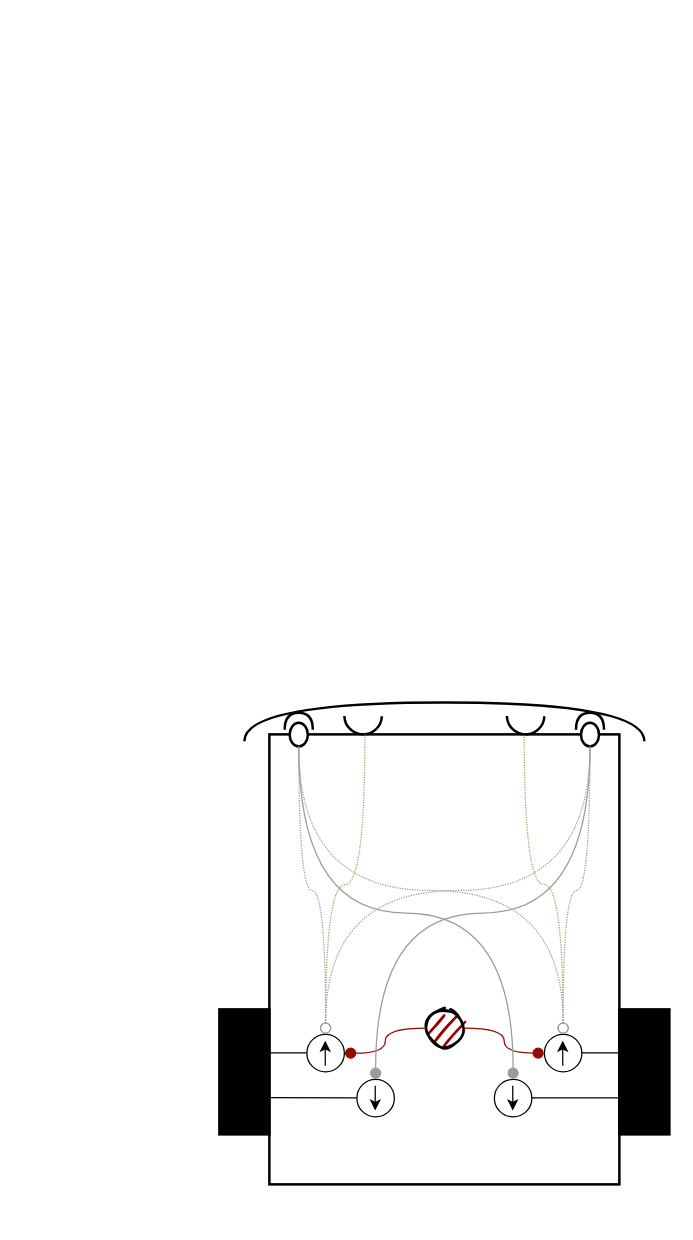
Before: page "MotorExpansion" (3 of 3) of docs/media/src/Braitenbergs.drawio in fchampalimaud/cf.lbp, a draw.io diagram. Source tidied: cells renumbered, new cells numbered last; positions are measured from the earlier drawing's top-left corner, leaving out a move shared by most shapes. Both pictures are drawn from the tidied source at 125%, with x=0, y=0 at pixel (219, 521).
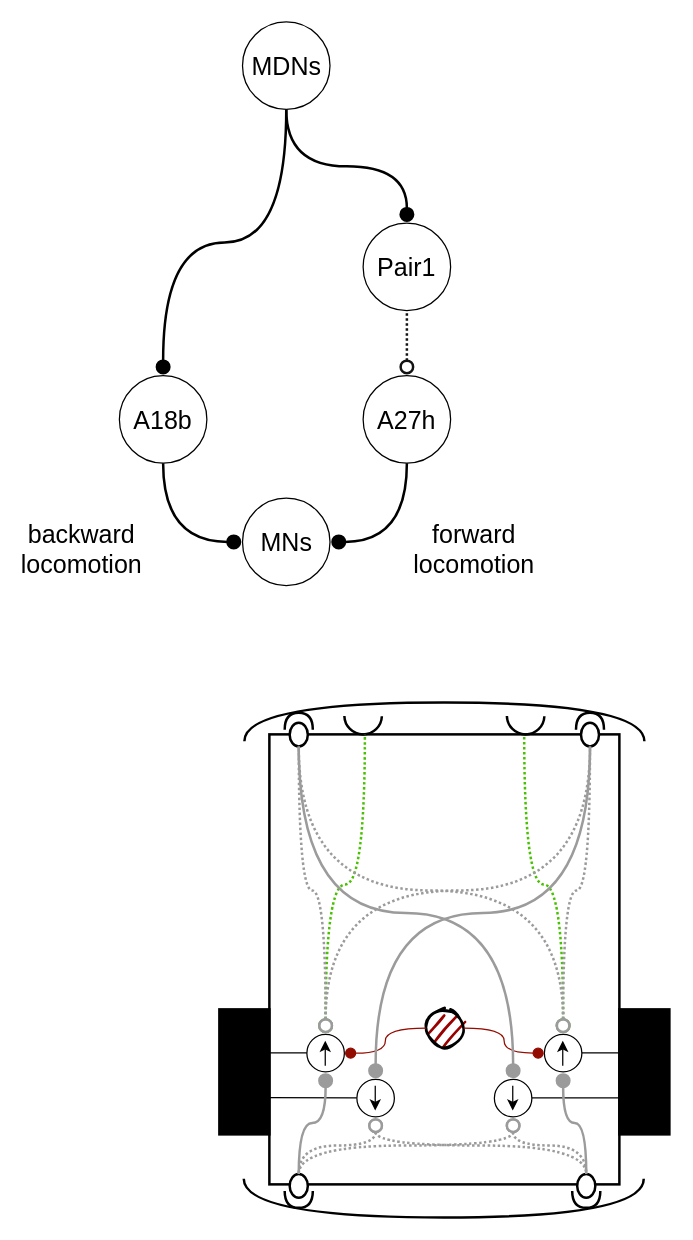
Above is the later version.

The change refers to these unchanged cells:
```xml
<mxCell id="9" style="strokeWidth=1;html=1;shape=mxgraph.flowchart.start_2;whiteSpace=wrap;" parent="8" vertex="1">
  <mxGeometry width="30" height="30" as="geometry" />
</mxCell>
<mxCell id="12" style="strokeWidth=1;html=1;shape=mxgraph.flowchart.start_2;whiteSpace=wrap;" parent="11" vertex="1">
  <mxGeometry width="30" height="30" as="geometry" />
</mxCell>
<mxCell id="15" style="verticalLabelPosition=bottom;verticalAlign=top;html=1;shape=mxgraph.basic.arc;startAngle=0.2554859278080055;endAngle=0.7468173254495136;strokeWidth=2;" parent="1" vertex="1">
  <mxGeometry x="230" y="140" width="30" height="30" as="geometry" />
</mxCell>
<mxCell id="16" style="verticalLabelPosition=bottom;verticalAlign=top;html=1;shape=mxgraph.basic.arc;startAngle=0.2554859278080055;endAngle=0.7468173254495136;strokeWidth=2;" parent="1" vertex="1">
  <mxGeometry x="100" y="140" width="30" height="30" as="geometry" />
</mxCell>
<mxCell id="27" style="strokeWidth=1;html=1;shape=mxgraph.flowchart.start_2;whiteSpace=wrap;" parent="26" vertex="1">
  <mxGeometry width="30" height="30" as="geometry" />
</mxCell>
<mxCell id="29" style="shape=providedRequiredInterface;html=1;verticalLabelPosition=bottom;sketch=0;strokeWidth=2;rotation=-90;strokeColor=#000000;" parent="24" vertex="1">
  <mxGeometry x="283" y="155" width="27" height="22.4" as="geometry" />
</mxCell>
<mxCell id="30" style="shape=providedRequiredInterface;html=1;verticalLabelPosition=bottom;sketch=0;strokeWidth=2;rotation=-90;strokeColor=#000000;" parent="24" vertex="1">
  <mxGeometry x="50" y="155" width="27" height="22.5" as="geometry" />
</mxCell>
<mxCell id="39" style="strokeWidth=1;html=1;shape=mxgraph.flowchart.start_2;whiteSpace=wrap;" parent="38" vertex="1">
  <mxGeometry width="30" height="30" as="geometry" />
</mxCell>
```

Diff of the diagram source:
```diff
@@
-    <mxCell id="22" style="edgeStyle=orthogonalEdgeStyle;jettySize=auto;html=1;rounded=0;curved=1;endArrow=none;endFill=0;strokeWidth=1;startSize=3;startArrow=circle;startFill=1;entryX=0.462;entryY=1.014;entryDx=0;entryDy=0;entryPerimeter=0;startFillColor=#FFFFFF;exitX=0.5;exitY=0;exitDx=0;exitDy=0;exitPerimeter=0;strokeColor=#82b366;dashed=1;dashPattern=1 1;fillColor=#d5e8d4;" parent="1" edge="1" source="9" target="15">
+    <mxCell id="22" style="edgeStyle=orthogonalEdgeStyle;jettySize=auto;html=1;rounded=0;curved=1;endArrow=none;endFill=0;strokeWidth=2;startSize=3;startArrow=circle;startFill=1;entryX=0.462;entryY=1.014;entryDx=0;entryDy=0;entryPerimeter=0;startFillColor=#FFFFFF;exitX=0.5;exitY=0;exitDx=0;exitDy=0;exitPerimeter=0;strokeColor=light-dark(#48C100,#446E2C);dashed=1;dashPattern=1 1;fillColor=#d5e8d4;" parent="1" edge="1" source="9" target="15">
       <mxGeometry relative="1" as="geometry" />
     </mxCell>
-    <mxCell id="23" style="edgeStyle=orthogonalEdgeStyle;jettySize=auto;html=1;rounded=0;curved=1;endArrow=none;endFill=0;strokeWidth=1;startSize=3;startArrow=circle;startFill=1;entryX=0.547;entryY=0.995;entryDx=0;entryDy=0;entryPerimeter=0;startFillColor=#FFFFFF;exitX=0.5;exitY=0;exitDx=0;exitDy=0;exitPerimeter=0;strokeColor=#82b366;dashed=1;dashPattern=1 1;fillColor=#d5e8d4;" parent="1" edge="1" source="12" target="16">
+    <mxCell id="23" style="edgeStyle=orthogonalEdgeStyle;jettySize=auto;html=1;rounded=0;curved=1;endArrow=none;endFill=0;strokeWidth=2;startSize=3;startArrow=circle;startFill=1;entryX=0.547;entryY=0.995;entryDx=0;entryDy=0;entryPerimeter=0;startFillColor=#FFFFFF;exitX=0.5;exitY=0;exitDx=0;exitDy=0;exitPerimeter=0;strokeColor=light-dark(#48C100,#446E2C);dashed=1;dashPattern=1 1;fillColor=#d5e8d4;" parent="1" edge="1" source="12" target="16">
       <mxGeometry relative="1" as="geometry" />
     </mxCell>
@@
-    <mxCell id="31" style="edgeStyle=orthogonalEdgeStyle;jettySize=auto;html=1;rounded=0;curved=1;endArrow=none;endFill=0;strokeWidth=1;startSize=3;startArrow=circle;startFill=1;entryX=0;entryY=0.5;entryDx=0;entryDy=0;entryPerimeter=0;exitX=0.5;exitY=0;exitDx=0;exitDy=0;exitPerimeter=0;strokeColor=#9B9B9B;" parent="24" edge="1" source="27" target="30">
+    <mxCell id="31" style="edgeStyle=orthogonalEdgeStyle;jettySize=auto;html=1;rounded=0;curved=1;endArrow=none;endFill=0;strokeWidth=2;startSize=3;startArrow=circle;startFill=1;entryX=0;entryY=0.5;entryDx=0;entryDy=0;entryPerimeter=0;exitX=0.5;exitY=0;exitDx=0;exitDy=0;exitPerimeter=0;strokeColor=#9B9B9B;" parent="24" edge="1" source="27" target="30">
       <mxGeometry relative="1" as="geometry" />
     </mxCell>
-    <mxCell id="32" style="edgeStyle=orthogonalEdgeStyle;jettySize=auto;html=1;rounded=0;curved=1;endArrow=none;endFill=0;strokeWidth=1;startSize=3;startArrow=circle;startFill=1;entryX=0;entryY=0.5;entryDx=0;entryDy=0;entryPerimeter=0;strokeColor=#9B9B9B;exitX=0.5;exitY=0;exitDx=0;exitDy=0;exitPerimeter=0;" parent="24" edge="1" source="39" target="29">
+    <mxCell id="32" style="edgeStyle=orthogonalEdgeStyle;jettySize=auto;html=1;rounded=0;curved=1;endArrow=none;endFill=0;strokeWidth=2;startSize=3;startArrow=circle;startFill=1;entryX=0;entryY=0.5;entryDx=0;entryDy=0;entryPerimeter=0;strokeColor=#9B9B9B;exitX=0.5;exitY=0;exitDx=0;exitDy=0;exitPerimeter=0;" parent="24" edge="1" source="39" target="29">
       <mxGeometry relative="1" as="geometry" />
     </mxCell>
-    <mxCell id="33" style="edgeStyle=orthogonalEdgeStyle;jettySize=auto;html=1;rounded=0;curved=1;endArrow=none;endFill=0;strokeWidth=1;startSize=3;startArrow=circle;startFill=1;entryX=0;entryY=0.5;entryDx=0;entryDy=0;entryPerimeter=0;exitX=0.5;exitY=0;exitDx=0;exitDy=0;exitPerimeter=0;startFillColor=#FFFFFF;strokeColor=#9B9B9B;dashed=1;dashPattern=1 1;" parent="24" edge="1" source="12" target="30">
+    <mxCell id="33" style="edgeStyle=orthogonalEdgeStyle;jettySize=auto;html=1;rounded=0;curved=1;endArrow=none;endFill=0;strokeWidth=2;startSize=3;startArrow=circle;startFill=1;entryX=0;entryY=0.5;entryDx=0;entryDy=0;entryPerimeter=0;exitX=0.5;exitY=0;exitDx=0;exitDy=0;exitPerimeter=0;startFillColor=#FFFFFF;strokeColor=#9B9B9B;dashed=1;dashPattern=1 1;" parent="24" edge="1" source="12" target="30">
       <mxGeometry relative="1" as="geometry" />
     </mxCell>
-    <mxCell id="34" style="edgeStyle=orthogonalEdgeStyle;jettySize=auto;html=1;rounded=0;curved=1;endArrow=none;endFill=0;strokeWidth=1;startSize=3;startArrow=circle;startFill=1;entryX=0;entryY=0.5;entryDx=0;entryDy=0;entryPerimeter=0;exitX=0.5;exitY=0;exitDx=0;exitDy=0;exitPerimeter=0;startFillColor=#FFFFFF;strokeColor=#9B9B9B;dashed=1;dashPattern=1 1;" parent="24" edge="1" source="12" target="29">
+    <mxCell id="34" style="edgeStyle=orthogonalEdgeStyle;jettySize=auto;html=1;rounded=0;curved=1;endArrow=none;endFill=0;strokeWidth=2;startSize=3;startArrow=circle;startFill=1;entryX=0;entryY=0.5;entryDx=0;entryDy=0;entryPerimeter=0;exitX=0.5;exitY=0;exitDx=0;exitDy=0;exitPerimeter=0;startFillColor=#FFFFFF;strokeColor=#9B9B9B;dashed=1;dashPattern=1 1;" parent="24" edge="1" source="12" target="29">
       <mxGeometry relative="1" as="geometry" />
     </mxCell>
-    <mxCell id="35" style="edgeStyle=orthogonalEdgeStyle;jettySize=auto;html=1;rounded=0;curved=1;endArrow=none;endFill=0;strokeWidth=1;startSize=3;startArrow=circle;startFill=1;entryX=0;entryY=0.5;entryDx=0;entryDy=0;entryPerimeter=0;startFillColor=#FFFFFF;exitX=0.5;exitY=0;exitDx=0;exitDy=0;exitPerimeter=0;strokeColor=#9B9B9B;dashed=1;dashPattern=1 1;" parent="24" edge="1" source="9" target="30">
+    <mxCell id="35" style="edgeStyle=orthogonalEdgeStyle;jettySize=auto;html=1;rounded=0;curved=1;endArrow=none;endFill=0;strokeWidth=2;startSize=3;startArrow=circle;startFill=1;entryX=0;entryY=0.5;entryDx=0;entryDy=0;entryPerimeter=0;startFillColor=#FFFFFF;exitX=0.5;exitY=0;exitDx=0;exitDy=0;exitPerimeter=0;strokeColor=#9B9B9B;dashed=1;dashPattern=1 1;" parent="24" edge="1" source="9" target="30">
       <mxGeometry relative="1" as="geometry" />
     </mxCell>
@@
-    <mxCell id="41" style="edgeStyle=orthogonalEdgeStyle;jettySize=auto;html=1;rounded=0;curved=1;endArrow=none;endFill=0;strokeWidth=1;startSize=3;startArrow=circle;startFill=1;entryX=0;entryY=0.5;entryDx=0;entryDy=0;entryPerimeter=0;exitX=0.5;exitY=0;exitDx=0;exitDy=0;exitPerimeter=0;startFillColor=#FFFFFF;strokeColor=#9B9B9B;dashed=1;dashPattern=1 1;" parent="24" edge="1" source="9" target="29">
+    <mxCell id="41" style="edgeStyle=orthogonalEdgeStyle;jettySize=auto;html=1;rounded=0;curved=1;endArrow=none;endFill=0;strokeWidth=2;startSize=3;startArrow=circle;startFill=1;entryX=0;entryY=0.5;entryDx=0;entryDy=0;entryPerimeter=0;exitX=0.5;exitY=0;exitDx=0;exitDy=0;exitPerimeter=0;startFillColor=#FFFFFF;strokeColor=#9B9B9B;dashed=1;dashPattern=1 1;" parent="24" edge="1" source="9" target="29">
       <mxGeometry relative="1" as="geometry" />
     </mxCell>
+    <mxCell id="42" parent="0" />
+    <mxCell id="43" style="shape=providedRequiredInterface;html=1;verticalLabelPosition=bottom;sketch=0;strokeWidth=2;rotation=90;strokeColor=#000000;" parent="42" vertex="1">
+      <mxGeometry x="50" y="524" width="27" height="22.5" as="geometry" />
+    </mxCell>
+    <mxCell id="44" style="shape=providedRequiredInterface;html=1;verticalLabelPosition=bottom;sketch=0;strokeWidth=2;rotation=90;strokeColor=#000000;" parent="42" vertex="1">
+      <mxGeometry x="280" y="524" width="27" height="22.5" as="geometry" />
+    </mxCell>
+    <mxCell id="45" style="shape=requiredInterface;html=1;verticalLabelPosition=bottom;sketch=0;rotation=90;strokeWidth=2;strokeColor=#000000;" parent="42" vertex="1">
+      <mxGeometry x="164" y="381" width="31" height="320" as="geometry" />
+    </mxCell>
+    <mxCell id="46" style="edgeStyle=orthogonalEdgeStyle;jettySize=auto;html=1;rounded=0;curved=1;endArrow=none;endFill=0;strokeWidth=2;startSize=3;startArrow=circle;startFill=1;entryX=0;entryY=0.5;entryDx=0;entryDy=0;entryPerimeter=0;strokeColor=#9B9B9B;exitX=0.5;exitY=1;exitDx=0;exitDy=0;exitPerimeter=0;" parent="42" edge="1" source="9" target="44">
+      <mxGeometry relative="1" as="geometry" />
+    </mxCell>
+    <mxCell id="47" style="edgeStyle=orthogonalEdgeStyle;jettySize=auto;html=1;rounded=0;curved=1;endArrow=none;endFill=0;strokeWidth=2;startSize=3;startArrow=circle;startFill=1;entryX=0;entryY=0.5;entryDx=0;entryDy=0;entryPerimeter=0;strokeColor=#9B9B9B;exitX=0.5;exitY=1;exitDx=0;exitDy=0;exitPerimeter=0;" parent="42" edge="1" source="12" target="43">
+      <mxGeometry relative="1" as="geometry" />
+    </mxCell>
+    <mxCell id="48" style="edgeStyle=orthogonalEdgeStyle;jettySize=auto;html=1;rounded=0;curved=1;endArrow=none;endFill=0;strokeWidth=2;startSize=3;startArrow=circle;startFill=1;entryX=0;entryY=0.5;entryDx=0;entryDy=0;entryPerimeter=0;startFillColor=#FFFFFF;exitX=0.5;exitY=1;exitDx=0;exitDy=0;exitPerimeter=0;strokeColor=#9B9B9B;dashed=1;dashPattern=1 1;" parent="42" edge="1" source="39" target="43">
+      <mxGeometry relative="1" as="geometry" />
+    </mxCell>
+    <mxCell id="49" style="edgeStyle=orthogonalEdgeStyle;jettySize=auto;html=1;rounded=0;curved=1;endArrow=none;endFill=0;strokeWidth=2;startSize=3;startArrow=circle;startFill=1;entryX=0;entryY=0.5;entryDx=0;entryDy=0;entryPerimeter=0;startFillColor=#FFFFFF;exitX=0.5;exitY=1;exitDx=0;exitDy=0;exitPerimeter=0;strokeColor=#9B9B9B;dashed=1;dashPattern=1 1;" parent="42" edge="1" source="27" target="43">
+      <mxGeometry relative="1" as="geometry" />
+    </mxCell>
+    <mxCell id="50" style="edgeStyle=orthogonalEdgeStyle;jettySize=auto;html=1;rounded=0;curved=1;endArrow=none;endFill=0;strokeWidth=2;startSize=3;startArrow=circle;startFill=1;startFillColor=#FFFFFF;exitX=0.5;exitY=1;exitDx=0;exitDy=0;exitPerimeter=0;strokeColor=#9B9B9B;dashed=1;dashPattern=1 1;entryX=0;entryY=0.5;entryDx=0;entryDy=0;entryPerimeter=0;" parent="42" edge="1" source="39" target="44">
+      <mxGeometry relative="1" as="geometry" />
+    </mxCell>
+    <mxCell id="51" style="edgeStyle=orthogonalEdgeStyle;jettySize=auto;html=1;rounded=0;curved=1;endArrow=none;endFill=0;strokeWidth=2;startSize=3;startArrow=circle;startFill=1;startFillColor=#FFFFFF;exitX=0.5;exitY=1;exitDx=0;exitDy=0;exitPerimeter=0;strokeColor=#9B9B9B;dashed=1;dashPattern=1 1;entryX=0;entryY=0.5;entryDx=0;entryDy=0;entryPerimeter=0;" parent="42" edge="1" source="27" target="44">
+      <mxGeometry relative="1" as="geometry" />
+    </mxCell>
+    <mxCell id="52" parent="0" />
+    <mxCell id="53" value="&lt;font style=&quot;font-size: 20px;&quot;&gt;MDNs&lt;/font&gt;" style="ellipse;whiteSpace=wrap;html=1;" parent="52" vertex="1">
+      <mxGeometry x="18.5" y="-400" width="70" height="70" as="geometry" />
+    </mxCell>
+    <mxCell id="54" value="&lt;font style=&quot;font-size: 20px;&quot;&gt;A18b&lt;/font&gt;" style="ellipse;whiteSpace=wrap;html=1;" parent="52" vertex="1">
+      <mxGeometry x="-80" y="-117" width="70" height="70" as="geometry" />
+    </mxCell>
+    <mxCell id="55" value="&lt;font style=&quot;font-size: 20px;&quot;&gt;A27h&lt;/font&gt;" style="ellipse;whiteSpace=wrap;html=1;" parent="52" vertex="1">
+      <mxGeometry x="115" y="-117" width="70" height="70" as="geometry" />
+    </mxCell>
+    <mxCell id="56" value="&lt;font style=&quot;font-size: 20px;&quot;&gt;Pair1&lt;/font&gt;" style="ellipse;whiteSpace=wrap;html=1;" parent="52" vertex="1">
+      <mxGeometry x="115" y="-239" width="70" height="70" as="geometry" />
+    </mxCell>
+    <mxCell id="57" value="&lt;font style=&quot;font-size: 20px;&quot;&gt;MNs&lt;/font&gt;" style="ellipse;whiteSpace=wrap;html=1;" parent="52" vertex="1">
+      <mxGeometry x="18.5" y="-19" width="70" height="70" as="geometry" />
+    </mxCell>
+    <mxCell id="58" style="edgeStyle=orthogonalEdgeStyle;jettySize=auto;html=1;rounded=0;curved=1;endArrow=none;endFill=0;strokeWidth=2;startSize=3;startArrow=circle;startFill=1;entryX=0.5;entryY=1;entryDx=0;entryDy=0;exitX=0.5;exitY=0;exitDx=0;exitDy=0;strokeColor=#000000;" parent="52" edge="1" source="54" target="53">
+      <mxGeometry relative="1" as="geometry" />
+    </mxCell>
+    <mxCell id="59" style="edgeStyle=orthogonalEdgeStyle;jettySize=auto;html=1;rounded=0;curved=1;endArrow=none;endFill=0;strokeWidth=2;startSize=3;startArrow=circle;startFill=1;entryX=0.5;entryY=1;entryDx=0;entryDy=0;exitX=0.5;exitY=0;exitDx=0;exitDy=0;strokeColor=#000000;" parent="52" edge="1" source="56" target="53">
+      <mxGeometry relative="1" as="geometry" />
+    </mxCell>
+    <mxCell id="60" style="edgeStyle=orthogonalEdgeStyle;jettySize=auto;html=1;rounded=0;curved=1;endArrow=none;endFill=0;strokeWidth=2;startSize=3;startArrow=circle;startFill=1;exitX=0;exitY=0.5;exitDx=0;exitDy=0;strokeColor=#000000;entryX=0.5;entryY=1;entryDx=0;entryDy=0;" parent="52" edge="1" source="57" target="54">
+      <mxGeometry relative="1" as="geometry" />
+    </mxCell>
+    <mxCell id="61" style="edgeStyle=orthogonalEdgeStyle;jettySize=auto;html=1;rounded=0;curved=1;endArrow=none;endFill=0;strokeWidth=2;startSize=3;startArrow=circle;startFill=1;exitX=1;exitY=0.5;exitDx=0;exitDy=0;strokeColor=#000000;entryX=0.5;entryY=1;entryDx=0;entryDy=0;" parent="52" edge="1" source="57" target="55">
+      <mxGeometry relative="1" as="geometry" />
+    </mxCell>
+    <mxCell id="62" style="edgeStyle=orthogonalEdgeStyle;jettySize=auto;html=1;rounded=0;curved=1;endArrow=none;endFill=0;strokeWidth=2;startSize=3;startArrow=circle;startFill=1;startFillColor=#FFFFFF;strokeColor=#131313;dashed=1;dashPattern=1 1;entryX=0.5;entryY=1;entryDx=0;entryDy=0;exitX=0.5;exitY=0;exitDx=0;exitDy=0;" parent="52" edge="1" source="55" target="56">
+      <mxGeometry relative="1" as="geometry" />
+    </mxCell>
+    <mxCell id="63" value="&lt;div style=&quot;&quot;&gt;&lt;span style=&quot;background-color: transparent; color: light-dark(rgb(0, 0, 0), rgb(255, 255, 255)); font-size: 20px;&quot;&gt;backward&lt;/span&gt;&lt;/div&gt;&lt;div style=&quot;&quot;&gt;&lt;span style=&quot;background-color: transparent; color: light-dark(rgb(0, 0, 0), rgb(255, 255, 255)); font-size: 20px;&quot;&gt;locomotion&lt;/span&gt;&lt;/div&gt;" style="text;whiteSpace=wrap;html=1;align=center;" parent="52" vertex="1">
+      <mxGeometry x="-150" y="-9" width="80" height="50" as="geometry" />
+    </mxCell>
+    <mxCell id="64" value="&lt;div style=&quot;&quot;&gt;&lt;span style=&quot;background-color: transparent; color: light-dark(rgb(0, 0, 0), rgb(255, 255, 255)); font-size: 20px;&quot;&gt;forward&lt;/span&gt;&lt;/div&gt;&lt;div style=&quot;&quot;&gt;&lt;span style=&quot;background-color: transparent; color: light-dark(rgb(0, 0, 0), rgb(255, 255, 255)); font-size: 20px;&quot;&gt;locomotion&lt;/span&gt;&lt;/div&gt;" style="text;whiteSpace=wrap;html=1;align=center;" parent="52" vertex="1">
+      <mxGeometry x="164" y="-9" width="80" height="50" as="geometry" />
+    </mxCell>
```
